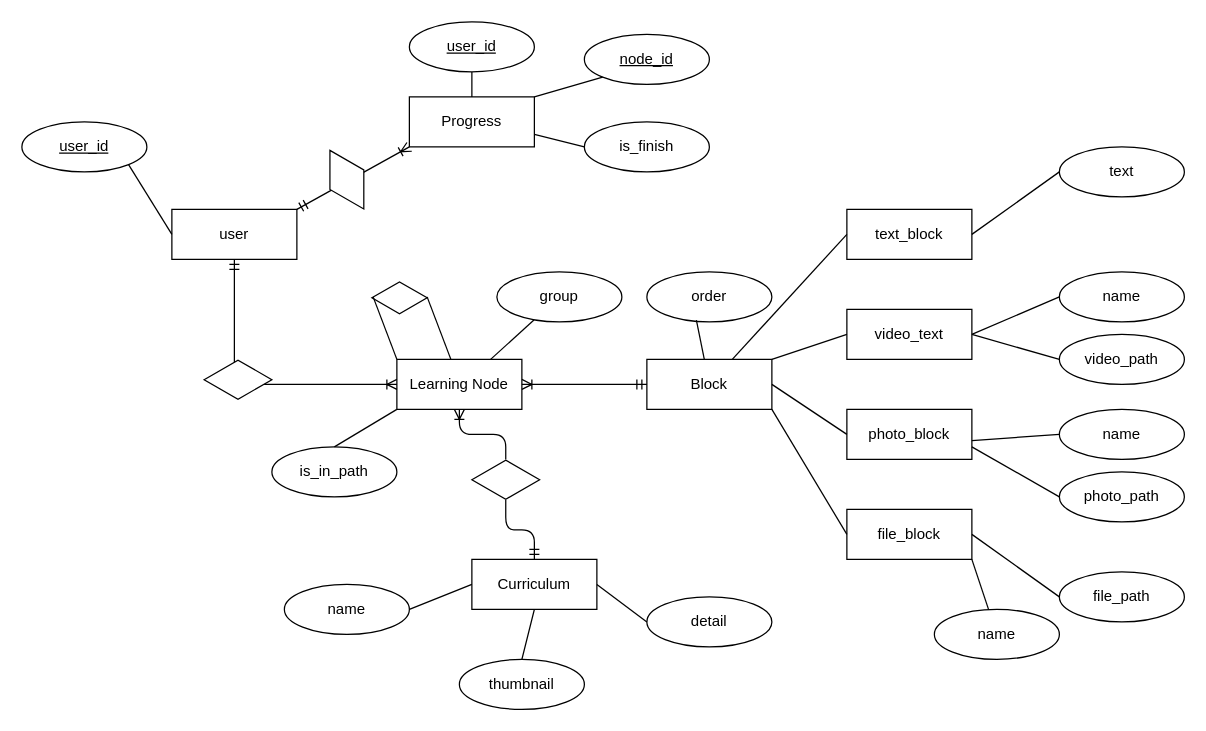
Above: Untitled Diagram.drawio in TendonT52/ProjectProgMath (draw.io), before the change. Source tidied: cells renumbered, new cells numbered last; positions are measured from the earlier drawing's top-left corner, leaving out a move shared by most shapes. Both pictures are drawn from the tidied source at 125%, with x=0, y=0 at pixel (21, 21).
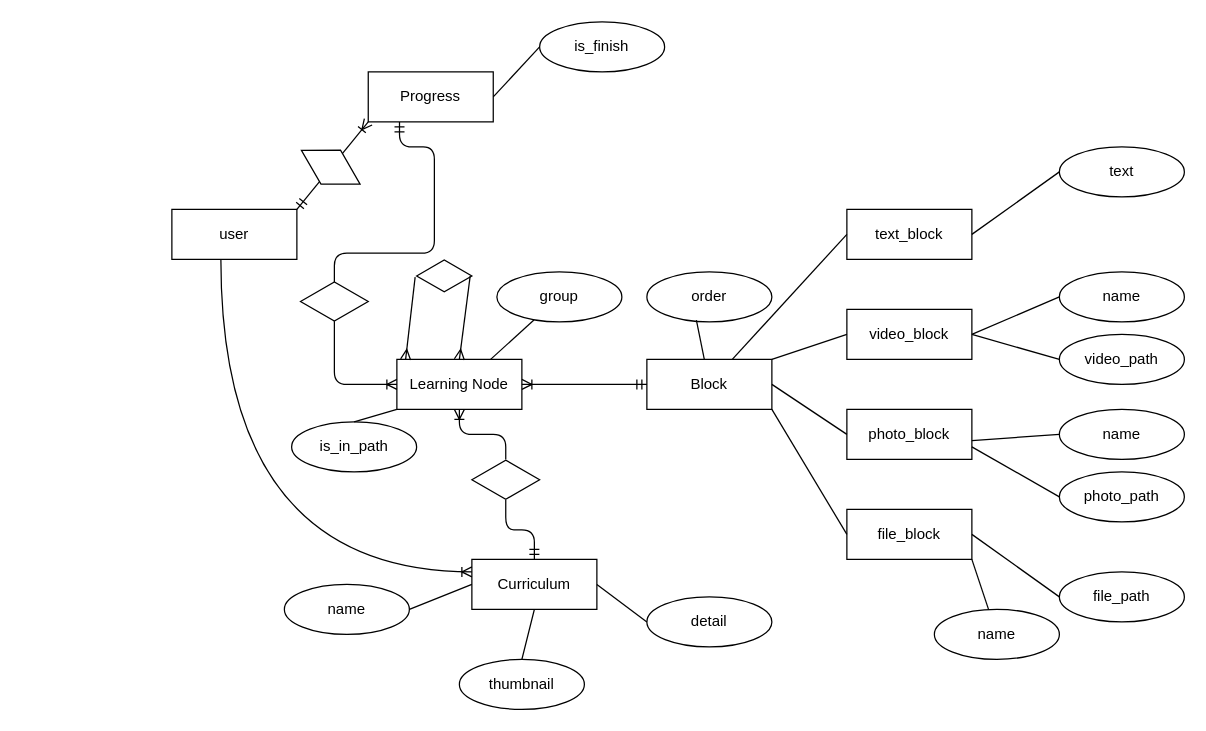
After the change.

Unchanged cells that the change refers to:
```xml
<mxCell id="3" value="Learning Node" style="whiteSpace=wrap;html=1;align=center;" parent="1" vertex="1">
  <mxGeometry x="300" y="270" width="100" height="40" as="geometry" />
</mxCell>
<mxCell id="4" value="user" style="whiteSpace=wrap;html=1;align=center;" parent="1" vertex="1">
  <mxGeometry x="120" y="150" width="100" height="40" as="geometry" />
</mxCell>
<mxCell id="6" value="Curriculum" style="whiteSpace=wrap;html=1;align=center;" parent="1" vertex="1">
  <mxGeometry x="360" y="430" width="100" height="40" as="geometry" />
</mxCell>
```

Diff of the diagram source:
```diff
@@
     <mxCell id="5" value="Progress" style="whiteSpace=wrap;html=1;align=center;" parent="1" vertex="1">
-      <mxGeometry x="310" y="60" width="100" height="40" as="geometry" />
+      <mxGeometry x="277.1" y="40" width="100" height="40" as="geometry" />
     </mxCell>
@@
-    <mxCell id="8" value="video_text" style="whiteSpace=wrap;html=1;align=center;" parent="1" vertex="1">
+    <mxCell id="8" value="video_block" style="whiteSpace=wrap;html=1;align=center;" parent="1" vertex="1">
       <mxGeometry x="660" y="230" width="100" height="40" as="geometry" />
     </mxCell>
@@
     <mxCell id="20" value="is_in_path" style="ellipse;whiteSpace=wrap;html=1;align=center;" parent="1" vertex="1">
-      <mxGeometry x="200" y="340" width="100" height="40" as="geometry" />
+      <mxGeometry x="215.8" y="320" width="100" height="40" as="geometry" />
     </mxCell>
@@
-    <mxCell id="23" value="node_id" style="ellipse;whiteSpace=wrap;html=1;align=center;fontStyle=4;" parent="1" vertex="1">
-      <mxGeometry x="450" y="10" width="100" height="40" as="geometry" />
-    </mxCell>
     <mxCell id="24" value="is_finish" style="ellipse;whiteSpace=wrap;html=1;align=center;" parent="1" vertex="1">
-      <mxGeometry x="450" y="80" width="100" height="40" as="geometry" />
+      <mxGeometry x="414.2" width="100" height="40" as="geometry" />
     </mxCell>
-    <mxCell id="25" value="user_id" style="ellipse;whiteSpace=wrap;html=1;align=center;fontStyle=4;" parent="1" vertex="1">
-      <mxGeometry y="80" width="100" height="40" as="geometry" />
-    </mxCell>
-    <mxCell id="26" value="user_id" style="ellipse;whiteSpace=wrap;html=1;align=center;fontStyle=4;" parent="1" vertex="1">
-      <mxGeometry x="310" width="100" height="40" as="geometry" />
-    </mxCell>
-    <mxCell id="27" style="endArrow=none;html=1;rounded=0;entryX=0.5;entryY=1;entryDx=0;entryDy=0;exitX=0.5;exitY=0;exitDx=0;exitDy=0;" parent="1" edge="1" source="5" target="26">
-      <mxGeometry relative="1" as="geometry" />
-    </mxCell>
-    <mxCell id="28" style="endArrow=none;html=1;rounded=0;entryX=0;entryY=1;entryDx=0;entryDy=0;" parent="1" edge="1" target="23">
-      <mxGeometry relative="1" as="geometry">
-        <mxPoint x="410" y="60" as="sourcePoint" />
-      </mxGeometry>
-    </mxCell>
-    <mxCell id="29" style="endArrow=none;html=1;rounded=0;entryX=0;entryY=0.5;entryDx=0;entryDy=0;exitX=1;exitY=0.75;exitDx=0;exitDy=0;" parent="1" edge="1" source="5" target="24">
+    <mxCell id="29" style="endArrow=none;html=1;rounded=0;entryX=0;entryY=0.5;entryDx=0;entryDy=0;exitX=1;exitY=0.5;exitDx=0;exitDy=0;" parent="1" edge="1" source="5" target="24">
       <mxGeometry relative="1" as="geometry" />
     </mxCell>
@@
-    <mxCell id="45" style="endArrow=none;html=1;rounded=0;entryX=1;entryY=1;entryDx=0;entryDy=0;exitX=0;exitY=0.5;exitDx=0;exitDy=0;" parent="1" edge="1" source="4" target="25">
-      <mxGeometry relative="1" as="geometry" />
-    </mxCell>
@@
-    <mxCell id="48" style="edgeStyle=orthogonalEdgeStyle;fontSize=12;html=1;endArrow=ERoneToMany;startArrow=ERmandOne;exitX=0.5;exitY=1;exitDx=0;exitDy=0;entryX=0;entryY=0.5;entryDx=0;entryDy=0;" parent="1" edge="1" source="4" target="3">
-      <mxGeometry relative="1" as="geometry" />
+    <mxCell id="48" style="fontSize=12;html=1;endArrow=ERoneToMany;startArrow=ERmandOne;exitX=0.25;exitY=1;exitDx=0;exitDy=0;entryX=0;entryY=0.5;entryDx=0;entryDy=0;edgeStyle=orthogonalEdgeStyle;" parent="1" edge="1" source="5" target="3">
+      <mxGeometry relative="1" as="geometry">
+        <Array as="points">
+          <mxPoint x="330" y="100" />
+          <mxPoint x="330" y="185" />
+          <mxPoint x="250" y="185" />
+          <mxPoint x="250" y="290" />
+        </Array>
+      </mxGeometry>
     </mxCell>
@@
     <mxCell id="50" style="html=1;whiteSpace=wrap;shape=isoRectangle;" parent="1" vertex="1">
-      <mxGeometry x="145.8" y="270" width="54.2" height="32.5" as="geometry" />
+      <mxGeometry x="222.9" y="207.5" width="54.2" height="32.5" as="geometry" />
     </mxCell>
-    <mxCell id="51" style="html=1;whiteSpace=wrap;shape=isoRectangle;rotation=60;" parent="1" vertex="1">
-      <mxGeometry x="232.9" y="110" width="54.2" height="32.5" as="geometry" />
+    <mxCell id="51" style="html=1;whiteSpace=wrap;shape=isoRectangle;rotation=30;" parent="1" vertex="1">
+      <mxGeometry x="220" y="100" width="54.2" height="32.5" as="geometry" />
     </mxCell>
     <mxCell id="52" style="html=1;whiteSpace=wrap;shape=isoRectangle;" parent="1" vertex="1">
-      <mxGeometry x="280" y="207.5" width="44.2" height="26.5" as="geometry" />
+      <mxGeometry x="315.8" y="190" width="44.2" height="26.5" as="geometry" />
     </mxCell>
-    <mxCell id="53" style="endArrow=none;html=1;rounded=0;exitX=0;exitY=0;exitDx=0;exitDy=0;" parent="1" edge="1" source="3">
-      <mxGeometry relative="1" as="geometry">
-        <mxPoint x="281" y="220" as="targetPoint" />
-      </mxGeometry>
-    </mxCell>
-    <mxCell id="54" style="endArrow=none;html=1;rounded=0;exitX=0;exitY=0;exitDx=0;exitDy=0;" parent="1" edge="1">
-      <mxGeometry relative="1" as="geometry">
-        <mxPoint x="343.2" y="270" as="sourcePoint" />
-        <mxPoint x="324.2" y="220" as="targetPoint" />
-      </mxGeometry>
-    </mxCell>
@@
+    <mxCell id="60" style="fontSize=12;html=1;endArrow=ERmany;exitX=-0.027;exitY=0.536;exitDx=0;exitDy=0;exitPerimeter=0;" parent="1" edge="1" source="52">
+      <mxGeometry relative="1" as="geometry">
+        <mxPoint x="307" y="270" as="targetPoint" />
+      </mxGeometry>
+    </mxCell>
+    <mxCell id="61" style="fontSize=12;html=1;endArrow=ERmany;exitX=0.969;exitY=0.506;exitDx=0;exitDy=0;exitPerimeter=0;entryX=0.5;entryY=0;entryDx=0;entryDy=0;" parent="1" edge="1" source="52" target="3">
+      <mxGeometry relative="1" as="geometry" />
+    </mxCell>
+    <mxCell id="62" style="edgeStyle=orthogonalEdgeStyle;fontSize=12;html=1;endArrow=ERoneToMany;exitX=0.392;exitY=0.995;exitDx=0;exitDy=0;exitPerimeter=0;entryX=0;entryY=0.25;entryDx=0;entryDy=0;curved=1;" parent="1" edge="1" source="4" target="6">
+      <mxGeometry relative="1" as="geometry" />
+    </mxCell>
```
